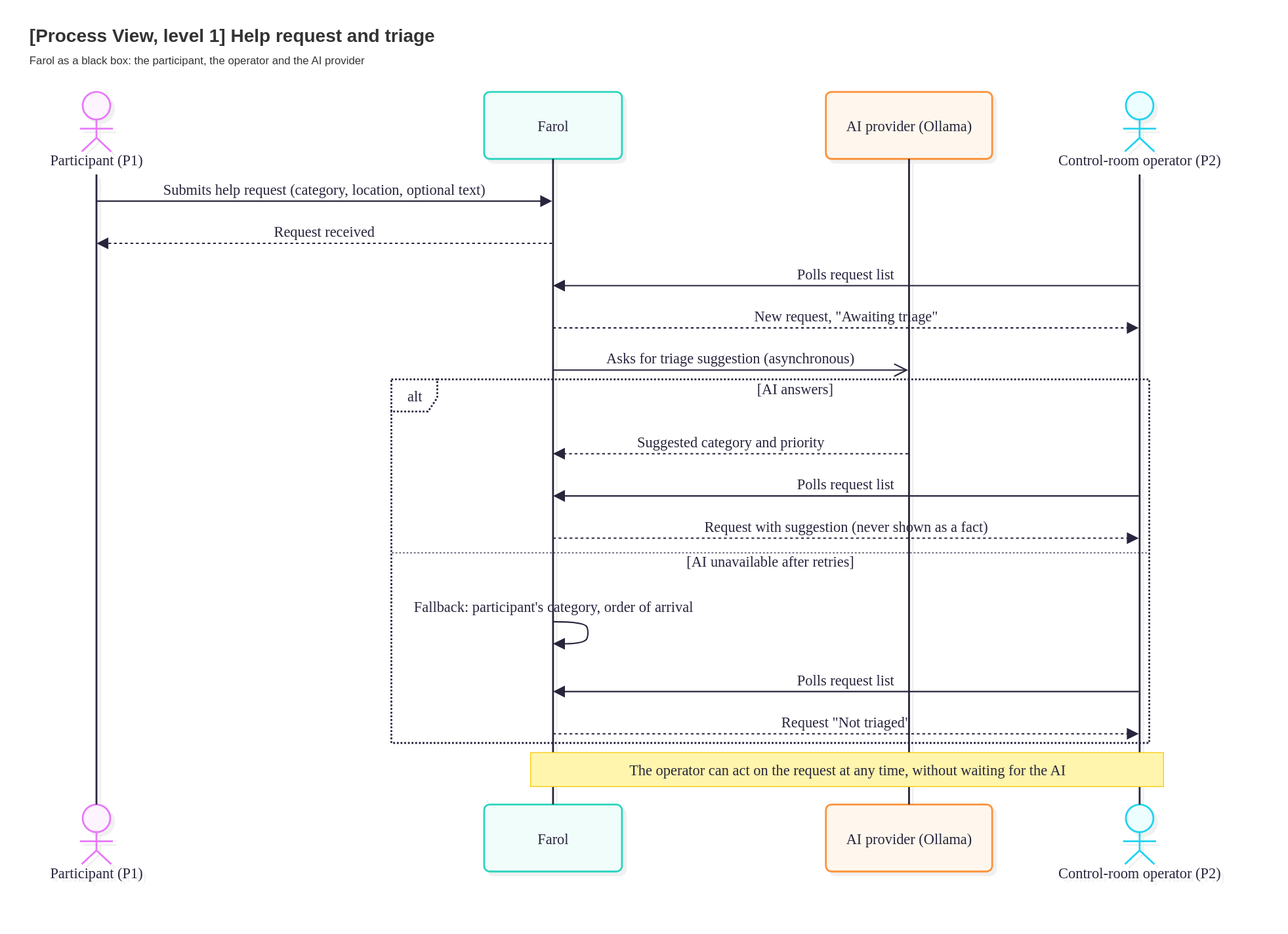
tomasoliveira21/LABDSOF keeps this draw.io diagram as Docs/Technical/diagrams/process-view-level-1-help-request.drawio.svg. Above is the earlier version. Source tidied: cells renumbered, new cells last; positions are measured from the earlier drawing's top-left corner, leaving out a move shared by most shapes. Source of this version:
```xml
<mxGraphModel>
  <root>
    <mxCell id="0" />
    <mxCell id="1" parent="0" />
    <mxCell id="2" style="group;transparentBounds=1;editIcon=1;lockedGroup=0;groupPadding=10;" parent="1" vertex="1">
      <mxGeometry y="80" as="geometry" />
    </mxCell>
    <mxCell id="3" value="Participant (P1)" style="html=1;shape=umlLifeline;perimeter=lifelinePerimeter;whiteSpace=wrap;outlineConnect=0;portConstraint=eastwest;newEdgeStyle={&quot;edgeStyle&quot;:&quot;sequenceEdgeStyle&quot;,&quot;libavoidRouting&quot;:0,&quot;curved&quot;:0,&quot;rounded&quot;:0};lifelineDashed=0;strokeWidth=2;rounded=1;absoluteArcSize=1;arcSize=12;lifelineColor=#28253D;fillColor=#FDF4FF;strokeColor=#E879F9;fontColor=#28253D;participant=seqActorStick;verticalAlign=bottom;align=center;spacingBottom=4;size=90;lifelineMirror=1;fontFamily=Recursive;fontSize=16;shadow=1;shadowColor=#000000;shadowOffsetX=4;shadowOffsetY=4;shadowBlur=0;shadowOpacity=6;fontSource=https%3A%2F%2Ffonts.googleapis.com%2Fcss%3Ffamily%3DRecursive;" parent="2" vertex="1">
      <mxGeometry width="150" height="866" as="geometry" />
    </mxCell>
    <mxCell id="4" value="Farol" style="html=1;shape=umlLifeline;perimeter=lifelinePerimeter;whiteSpace=wrap;outlineConnect=0;portConstraint=eastwest;newEdgeStyle={&quot;edgeStyle&quot;:&quot;sequenceEdgeStyle&quot;,&quot;libavoidRouting&quot;:0,&quot;curved&quot;:0,&quot;rounded&quot;:0};lifelineDashed=0;strokeWidth=2;rounded=1;absoluteArcSize=1;arcSize=12;lifelineColor=#28253D;fillColor=#F0FDFA;strokeColor=#2DD4BF;fontColor=#28253D;size=73;lifelineMirror=1;fontFamily=Recursive;fontSize=16;shadow=1;shadowColor=#000000;shadowOffsetX=4;shadowOffsetY=4;shadowBlur=0;shadowOpacity=6;fontSource=https%3A%2F%2Ffonts.googleapis.com%2Fcss%3Ffamily%3DRecursive;" parent="2" vertex="1">
      <mxGeometry x="497" width="150" height="849" as="geometry" />
    </mxCell>
    <mxCell id="5" value="AI provider (Ollama)" style="html=1;shape=umlLifeline;perimeter=lifelinePerimeter;whiteSpace=wrap;outlineConnect=0;portConstraint=eastwest;newEdgeStyle={&quot;edgeStyle&quot;:&quot;sequenceEdgeStyle&quot;,&quot;libavoidRouting&quot;:0,&quot;curved&quot;:0,&quot;rounded&quot;:0};lifelineDashed=0;strokeWidth=2;rounded=1;absoluteArcSize=1;arcSize=12;lifelineColor=#28253D;fillColor=#FFF7ED;strokeColor=#FB923C;fontColor=#28253D;size=73;lifelineMirror=1;fontFamily=Recursive;fontSize=16;shadow=1;shadowColor=#000000;shadowOffsetX=4;shadowOffsetY=4;shadowBlur=0;shadowOpacity=6;fontSource=https%3A%2F%2Ffonts.googleapis.com%2Fcss%3Ffamily%3DRecursive;" parent="2" vertex="1">
      <mxGeometry x="869" width="181" height="849" as="geometry" />
    </mxCell>
    <mxCell id="6" value="Control-room operator (P2)" style="html=1;shape=umlLifeline;perimeter=lifelinePerimeter;whiteSpace=wrap;outlineConnect=0;portConstraint=eastwest;newEdgeStyle={&quot;edgeStyle&quot;:&quot;sequenceEdgeStyle&quot;,&quot;libavoidRouting&quot;:0,&quot;curved&quot;:0,&quot;rounded&quot;:0};lifelineDashed=0;strokeWidth=2;rounded=1;absoluteArcSize=1;arcSize=12;lifelineColor=#28253D;fillColor=#ECFEFF;strokeColor=#22D3EE;fontColor=#28253D;participant=seqActorStick;verticalAlign=bottom;align=center;spacingBottom=4;size=90;lifelineMirror=1;fontFamily=Recursive;fontSize=16;shadow=1;shadowColor=#000000;shadowOffsetX=4;shadowOffsetY=4;shadowBlur=0;shadowOpacity=6;fontSource=https%3A%2F%2Ffonts.googleapis.com%2Fcss%3Ffamily%3DRecursive;" parent="2" vertex="1">
      <mxGeometry x="1100" width="221" height="866" as="geometry" />
    </mxCell>
    <mxCell id="7" value="alt" style="html=1;shape=umlFrame;dashed=1;fixDash=1;dashPattern=2 2;strokeWidth=2;fillColor=#ffffff;strokeColor=#28253D;fontSize=16;align=center;verticalAlign=middle;fontFamily=Recursive;fontColor=#28253D;height=35;width=50;fontSource=https%3A%2F%2Ffonts.googleapis.com%2Fcss%3Ffamily%3DRecursive;" parent="2" vertex="1">
      <mxGeometry x="396" y="313" width="825" height="396" as="geometry" />
    </mxCell>
    <mxCell id="8" value="[AI answers]" style="text;strokeColor=none;fillColor=none;align=center;verticalAlign=middle;whiteSpace=wrap;fontSize=16;fontFamily=Recursive;fontColor=#28253D;fontSource=https%3A%2F%2Ffonts.googleapis.com%2Fcss%3Ffamily%3DRecursive;" parent="7" vertex="1">
      <mxGeometry x="54" y="2" width="771" height="16" as="geometry" />
    </mxCell>
    <mxCell id="9" style="shape=line;dashed=1;fixDash=1;dashPattern=2 2;strokeColor=#28253D;" parent="7" vertex="1">
      <mxGeometry y="188" width="825" height="1" as="geometry" />
    </mxCell>
    <mxCell id="10" value="[AI unavailable after retries]" style="text;strokeColor=none;fillColor=none;align=center;verticalAlign=middle;whiteSpace=wrap;fontSize=16;fontFamily=Recursive;fontColor=#28253D;fontSource=https%3A%2F%2Ffonts.googleapis.com%2Fcss%3Ffamily%3DRecursive;" parent="7" vertex="1">
      <mxGeometry y="190" width="825" height="16" as="geometry" />
    </mxCell>
    <mxCell id="11" value="Submits help request (category, location, optional text)" style="endArrow=block;endSize=9;verticalAlign=bottom;spacingBottom=2;edgeStyle=sequenceEdgeStyle;libavoidRouting=0;curved=0;rounded=0;fontSize=16;labelBackgroundColor=none;strokeWidth=1.5;strokeColor=#28253D;fontColor=#28253D;fontFamily=Recursive;fontSource=https%3A%2F%2Ffonts.googleapis.com%2Fcss%3Ffamily%3DRecursive;" parent="2" edge="1" source="3" target="4">
      <mxGeometry relative="1" as="geometry">
        <Array as="points">
          <mxPoint x="324" y="119" />
        </Array>
      </mxGeometry>
    </mxCell>
    <mxCell id="12" value="Request received" style="dashed=1;fixDash=1;dashPattern=3 3;endArrow=block;endSize=9;verticalAlign=bottom;spacingBottom=2;edgeStyle=sequenceEdgeStyle;libavoidRouting=0;curved=0;rounded=0;fontSize=16;labelBackgroundColor=none;strokeWidth=1.5;strokeColor=#28253D;fontColor=#28253D;fontFamily=Recursive;fontSource=https%3A%2F%2Ffonts.googleapis.com%2Fcss%3Ffamily%3DRecursive;" parent="2" edge="1" source="4" target="3">
      <mxGeometry relative="1" as="geometry">
        <Array as="points">
          <mxPoint x="324" y="165" />
        </Array>
      </mxGeometry>
    </mxCell>
    <mxCell id="13" value="Polls request list" style="endArrow=block;endSize=9;verticalAlign=bottom;spacingBottom=2;edgeStyle=sequenceEdgeStyle;libavoidRouting=0;curved=0;rounded=0;fontSize=16;labelBackgroundColor=none;strokeWidth=1.5;strokeColor=#28253D;fontColor=#28253D;fontFamily=Recursive;fontSource=https%3A%2F%2Ffonts.googleapis.com%2Fcss%3Ffamily%3DRecursive;" parent="2" edge="1" source="6" target="4">
      <mxGeometry relative="1" as="geometry">
        <Array as="points">
          <mxPoint x="891" y="211" />
        </Array>
      </mxGeometry>
    </mxCell>
    <mxCell id="14" value="New request, &quot;Awaiting triage&quot;" style="dashed=1;fixDash=1;dashPattern=3 3;endArrow=block;endSize=9;verticalAlign=bottom;spacingBottom=2;edgeStyle=sequenceEdgeStyle;libavoidRouting=0;curved=0;rounded=0;fontSize=16;labelBackgroundColor=none;strokeWidth=1.5;strokeColor=#28253D;fontColor=#28253D;fontFamily=Recursive;fontSource=https%3A%2F%2Ffonts.googleapis.com%2Fcss%3Ffamily%3DRecursive;" parent="2" edge="1" source="4" target="6">
      <mxGeometry relative="1" as="geometry">
        <Array as="points">
          <mxPoint x="891" y="257" />
        </Array>
      </mxGeometry>
    </mxCell>
    <mxCell id="15" value="Asks for triage suggestion (asynchronous)" style="endArrow=open;endFill=0;endSize=12;verticalAlign=bottom;spacingBottom=2;edgeStyle=sequenceEdgeStyle;libavoidRouting=0;curved=0;rounded=0;fontSize=16;labelBackgroundColor=none;strokeWidth=1.5;strokeColor=#28253D;fontColor=#28253D;fontFamily=Recursive;fontSource=https%3A%2F%2Ffonts.googleapis.com%2Fcss%3Ffamily%3DRecursive;" parent="2" edge="1" source="4" target="5">
      <mxGeometry relative="1" as="geometry">
        <Array as="points">
          <mxPoint x="766" y="303" />
        </Array>
      </mxGeometry>
    </mxCell>
    <mxCell id="16" value="Suggested category and priority" style="dashed=1;fixDash=1;dashPattern=3 3;endArrow=block;endSize=9;verticalAlign=bottom;spacingBottom=2;edgeStyle=sequenceEdgeStyle;libavoidRouting=0;curved=0;rounded=0;fontSize=16;labelBackgroundColor=none;strokeWidth=1.5;strokeColor=#28253D;fontColor=#28253D;fontFamily=Recursive;fontSource=https%3A%2F%2Ffonts.googleapis.com%2Fcss%3Ffamily%3DRecursive;" parent="2" edge="1" source="5" target="4">
      <mxGeometry relative="1" as="geometry">
        <Array as="points">
          <mxPoint x="766" y="394" />
        </Array>
      </mxGeometry>
    </mxCell>
    <mxCell id="17" value="Polls request list" style="endArrow=block;endSize=9;verticalAlign=bottom;spacingBottom=2;edgeStyle=sequenceEdgeStyle;libavoidRouting=0;curved=0;rounded=0;fontSize=16;labelBackgroundColor=none;strokeWidth=1.5;strokeColor=#28253D;fontColor=#28253D;fontFamily=Recursive;fontSource=https%3A%2F%2Ffonts.googleapis.com%2Fcss%3Ffamily%3DRecursive;" parent="2" edge="1" source="6" target="4">
      <mxGeometry relative="1" as="geometry">
        <Array as="points">
          <mxPoint x="891" y="440" />
        </Array>
      </mxGeometry>
    </mxCell>
    <mxCell id="18" value="Request with suggestion (never shown as a fact)" style="dashed=1;fixDash=1;dashPattern=3 3;endArrow=block;endSize=9;verticalAlign=bottom;spacingBottom=2;edgeStyle=sequenceEdgeStyle;libavoidRouting=0;curved=0;rounded=0;fontSize=16;labelBackgroundColor=none;strokeWidth=1.5;strokeColor=#28253D;fontColor=#28253D;fontFamily=Recursive;fontSource=https%3A%2F%2Ffonts.googleapis.com%2Fcss%3Ffamily%3DRecursive;" parent="2" edge="1" source="4" target="6">
      <mxGeometry relative="1" as="geometry">
        <Array as="points">
          <mxPoint x="891" y="486" />
        </Array>
      </mxGeometry>
    </mxCell>
    <mxCell id="19" style="edgeStyle=sequenceEdgeStyle;libavoidRouting=0;curved=1;endArrow=block;endSize=9;verticalAlign=bottom;align=center;fontSize=16;labelBackgroundColor=none;strokeWidth=1.5;strokeColor=#28253D;fontColor=#28253D;fontFamily=Recursive;fontSource=https%3A%2F%2Ffonts.googleapis.com%2Fcss%3Ffamily%3DRecursive;" parent="2" edge="1" source="4" target="4">
      <mxGeometry relative="1" as="geometry">
        <Array as="points">
          <mxPoint x="607" y="577" />
          <mxPoint x="611" y="589" />
          <mxPoint x="607" y="601" />
        </Array>
      </mxGeometry>
    </mxCell>
    <mxCell id="20" value="Fallback: participant's category, order of arrival" style="text;html=1;strokeColor=none;fillColor=none;align=center;verticalAlign=middle;fontFamily=Recursive;fontSize=16;fontColor=#28253D;fontSource=https%3A%2F%2Ffonts.googleapis.com%2Fcss%3Ffamily%3DRecursive;" parent="2" vertex="1">
      <mxGeometry x="472" y="551" width="200" height="18" as="geometry" />
    </mxCell>
    <mxCell id="21" value="Polls request list" style="endArrow=block;endSize=9;verticalAlign=bottom;spacingBottom=2;edgeStyle=sequenceEdgeStyle;libavoidRouting=0;curved=0;rounded=0;fontSize=16;labelBackgroundColor=none;strokeWidth=1.5;strokeColor=#28253D;fontColor=#28253D;fontFamily=Recursive;fontSource=https%3A%2F%2Ffonts.googleapis.com%2Fcss%3Ffamily%3DRecursive;" parent="2" edge="1" source="6" target="4">
      <mxGeometry relative="1" as="geometry">
        <Array as="points">
          <mxPoint x="891" y="653" />
        </Array>
      </mxGeometry>
    </mxCell>
    <mxCell id="22" value="Request &quot;Not triaged&quot;" style="dashed=1;fixDash=1;dashPattern=3 3;endArrow=block;endSize=9;verticalAlign=bottom;spacingBottom=2;edgeStyle=sequenceEdgeStyle;libavoidRouting=0;curved=0;rounded=0;fontSize=16;labelBackgroundColor=none;strokeWidth=1.5;strokeColor=#28253D;fontColor=#28253D;fontFamily=Recursive;fontSource=https%3A%2F%2Ffonts.googleapis.com%2Fcss%3Ffamily%3DRecursive;" parent="2" edge="1" source="4" target="6">
      <mxGeometry relative="1" as="geometry">
        <Array as="points">
          <mxPoint x="891" y="699" />
        </Array>
      </mxGeometry>
    </mxCell>
    <mxCell id="23" value="The operator can act on the request at any time, without waiting for the AI" style="html=1;fillColor=#fff5ad;strokeColor=#FACC15;fontColor=#28253D;fontFamily=Recursive;fontSize=16;fontSource=https%3A%2F%2Ffonts.googleapis.com%2Fcss%3Ffamily%3DRecursive;" parent="2" vertex="1">
      <mxGeometry x="547" y="719" width="689" height="37" as="geometry" />
    </mxCell>
    <mxCell id="24" value="&lt;b&gt;[Process View, level 1] Help request and triage&lt;/b&gt;&lt;br&gt;&lt;font style=&quot;font-size:12px&quot;&gt;Farol as a black box: the participant, the operator and the AI provider&lt;/font&gt;" style="text;html=1;align=left;verticalAlign=top;fontSize=20;fontColor=#333333;" parent="1" vertex="1">
      <mxGeometry width="1200" height="60" as="geometry" />
    </mxCell>
  </root>
</mxGraphModel>
```
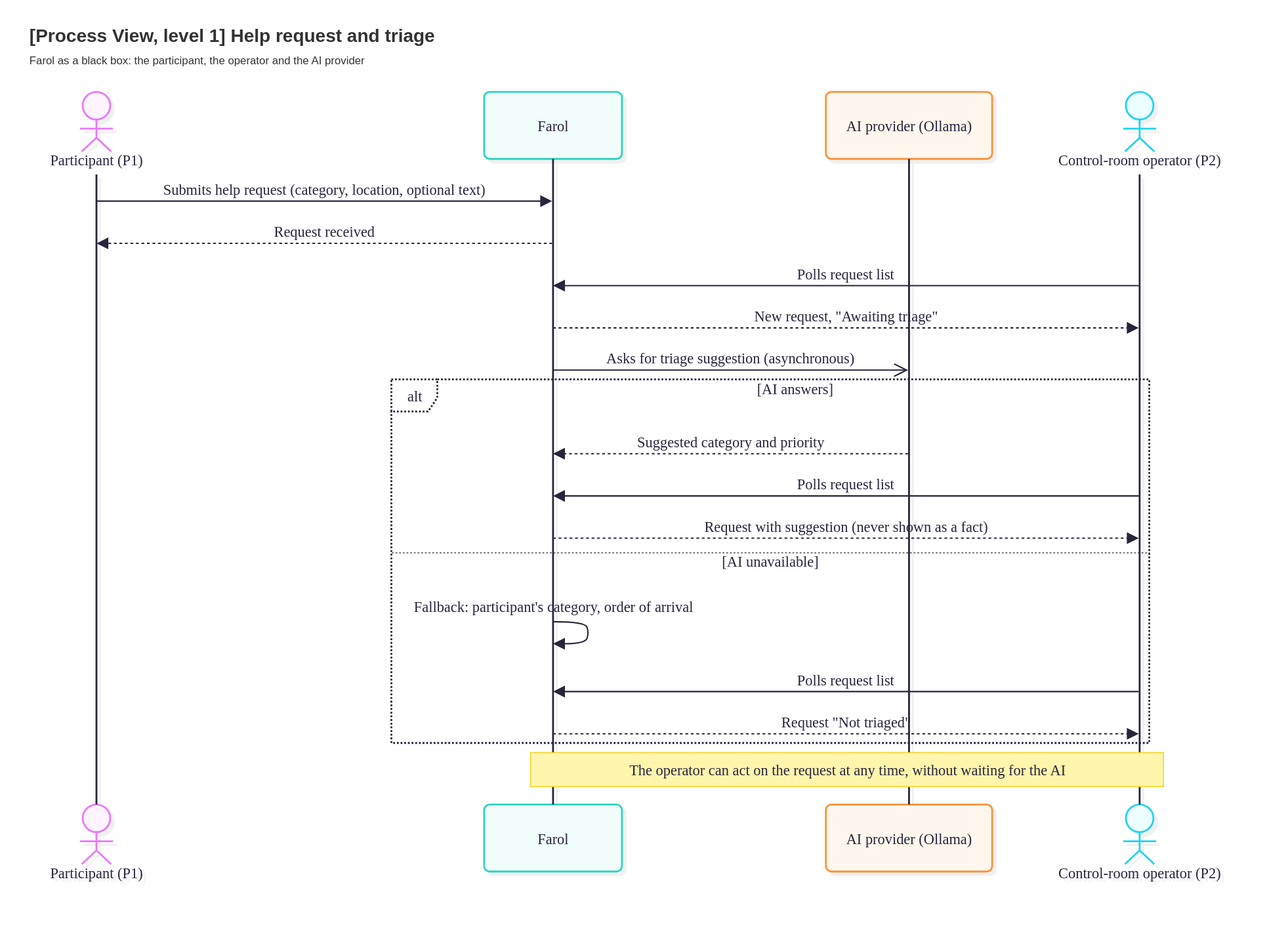
The same diagram one commit later.

Change to the diagram source:
```diff
@@ -26,7 +26,7 @@
     <mxCell id="9" style="shape=line;dashed=1;fixDash=1;dashPattern=2 2;strokeColor=#28253D;" parent="7" vertex="1">
       <mxGeometry y="188" width="825" height="1" as="geometry" />
     </mxCell>
-    <mxCell id="10" value="[AI unavailable after retries]" style="text;strokeColor=none;fillColor=none;align=center;verticalAlign=middle;whiteSpace=wrap;fontSize=16;fontFamily=Recursive;fontColor=#28253D;fontSource=https%3A%2F%2Ffonts.googleapis.com%2Fcss%3Ffamily%3DRecursive;" parent="7" vertex="1">
+    <mxCell id="10" value="[AI unavailable]" style="text;strokeColor=none;fillColor=none;align=center;verticalAlign=middle;whiteSpace=wrap;fontSize=16;fontFamily=Recursive;fontColor=#28253D;fontSource=https%3A%2F%2Ffonts.googleapis.com%2Fcss%3Ffamily%3DRecursive;" parent="7" vertex="1">
       <mxGeometry y="190" width="825" height="16" as="geometry" />
     </mxCell>
     <mxCell id="11" value="Submits help request (category, location, optional text)" style="endArrow=block;endSize=9;verticalAlign=bottom;spacingBottom=2;edgeStyle=sequenceEdgeStyle;libavoidRouting=0;curved=0;rounded=0;fontSize=16;labelBackgroundColor=none;strokeWidth=1.5;strokeColor=#28253D;fontColor=#28253D;fontFamily=Recursive;fontSource=https%3A%2F%2Ffonts.googleapis.com%2Fcss%3Ffamily%3DRecursive;" parent="2" edge="1" source="3" target="4">
```
